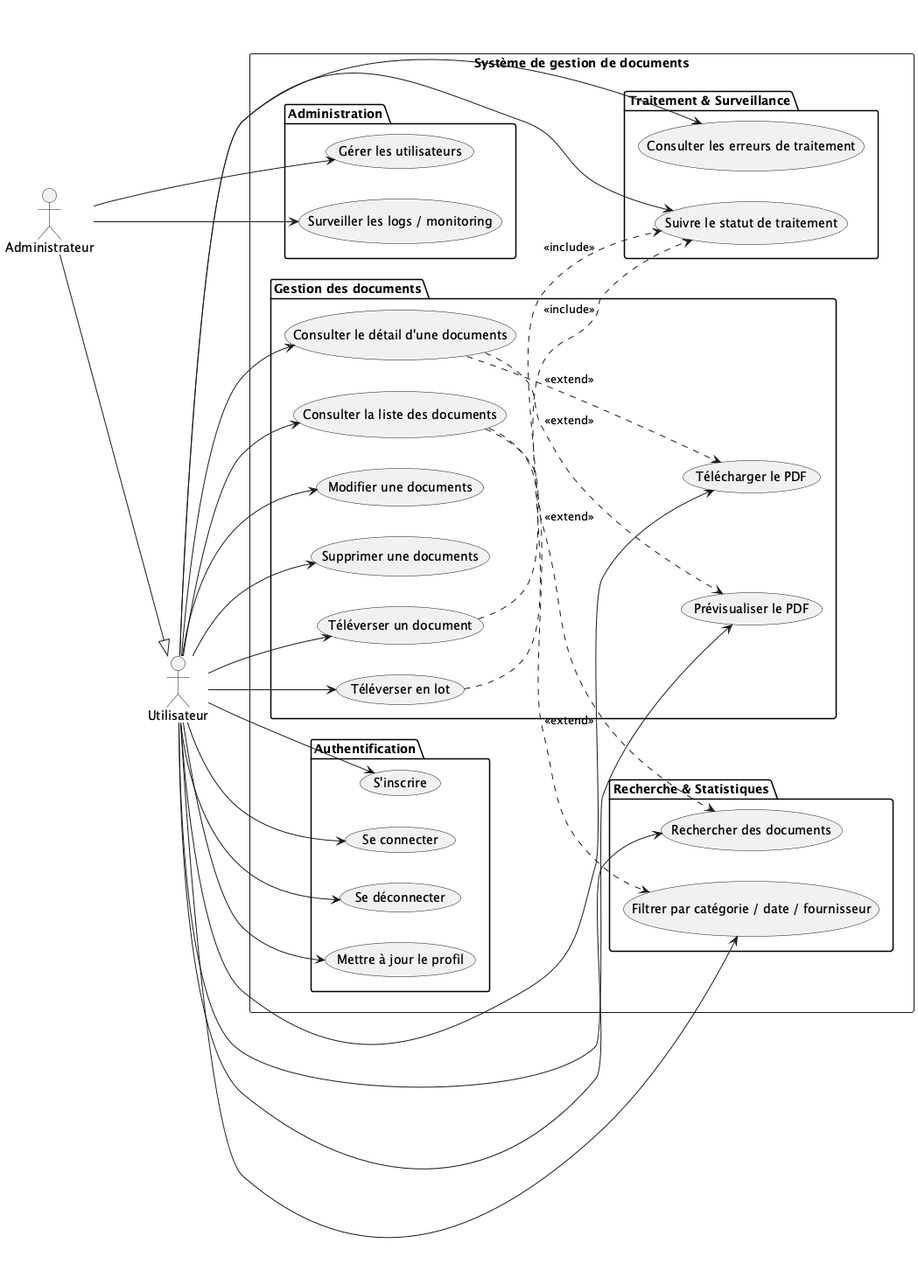
This is diagrams/usecase.png from tom-lchg-ecole/architecture-n-tiers, a PlantUML export, as it was before one commit.
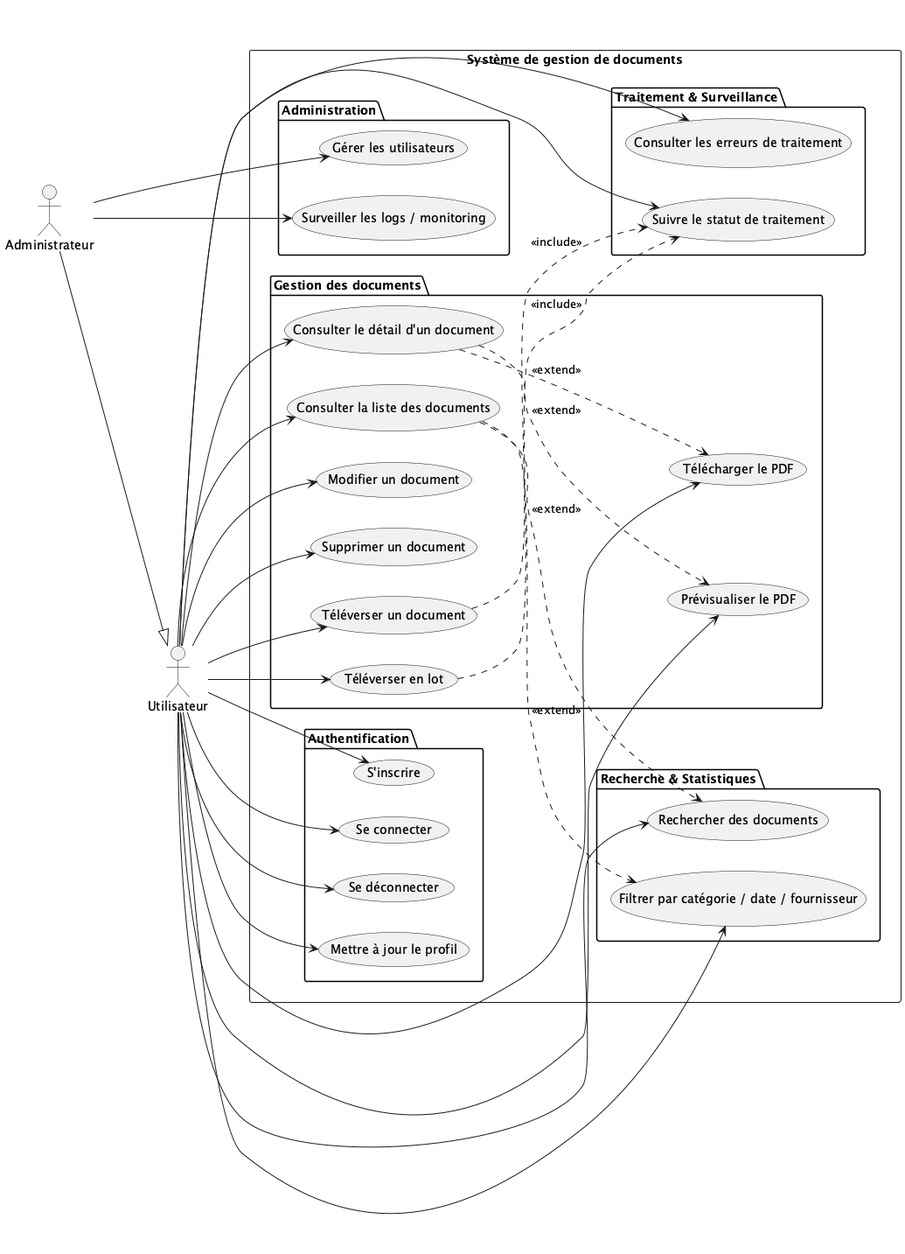
After the commit.

Commit message:
fix: orthograph in diagram

Change to the diagram source:
```diff
@@ -18,9 +18,9 @@
         usecase "Téléverser un document" as UC_Upload
         usecase "Téléverser en lot" as UC_BatchUpload
         usecase "Consulter la liste des documents" as UC_ListInvoices
-        usecase "Consulter le détail d'une documents" as UC_ViewDetail
-        usecase "Modifier une documents" as UC_UpdateInvoice
-        usecase "Supprimer une documents" as UC_DeleteInvoice
+        usecase "Consulter le détail d'un document" as UC_ViewDetail
+        usecase "Modifier un document" as UC_UpdateInvoice
+        usecase "Supprimer un document" as UC_DeleteInvoice
         usecase "Télécharger le PDF" as UC_DownloadPDF
         usecase "Prévisualiser le PDF" as UC_PreviewPDF
     }
```
